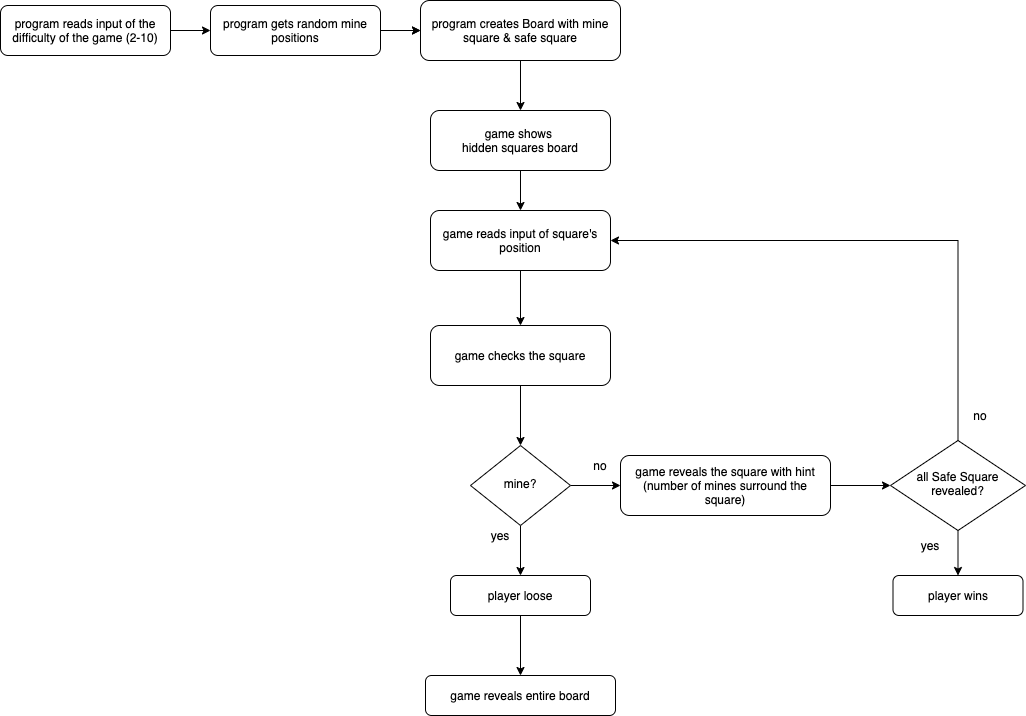
Above: docs/flow-chart.png in TiffanyHoang/minesweeper (draw.io), before the change. Source tidied: cells renumbered, new cells last; positions are measured from the earlier drawing's top-left corner, leaving out a move shared by most shapes. Source of this version:
```xml
<mxGraphModel>
  <root>
    <mxCell id="0" />
    <mxCell id="1" parent="0" />
    <mxCell id="2" style="edgeStyle=orthogonalEdgeStyle;rounded=0;jettySize=auto;html=1;" parent="1" edge="1" source="3" target="6">
      <mxGeometry relative="1" as="geometry" />
    </mxCell>
    <mxCell id="3" value="program gets random mine positions" style="rounded=1;whiteSpace=wrap;html=1;fontSize=12;glass=0;strokeWidth=1;shadow=0;" parent="1" vertex="1">
      <mxGeometry x="210" y="5" width="170" height="50" as="geometry" />
    </mxCell>
    <mxCell id="4" style="edgeStyle=orthogonalEdgeStyle;rounded=0;jettySize=auto;html=1;" parent="1" edge="1" target="6">
      <mxGeometry relative="1" as="geometry">
        <mxPoint x="380" y="30" as="sourcePoint" />
      </mxGeometry>
    </mxCell>
    <mxCell id="5" style="edgeStyle=orthogonalEdgeStyle;rounded=0;jettySize=auto;html=1;" parent="1" edge="1" source="6" target="8">
      <mxGeometry relative="1" as="geometry" />
    </mxCell>
    <mxCell id="6" value="program creates Board with mine square &amp;amp; safe square" style="rounded=1;whiteSpace=wrap;html=1;fontSize=12;glass=0;strokeWidth=1;shadow=0;" parent="1" vertex="1">
      <mxGeometry x="420" width="200" height="60" as="geometry" />
    </mxCell>
    <mxCell id="7" style="edgeStyle=orthogonalEdgeStyle;rounded=0;jettySize=auto;html=1;" parent="1" edge="1" source="8" target="10">
      <mxGeometry relative="1" as="geometry" />
    </mxCell>
    <mxCell id="8" value="game shows &lt;br&gt;hidden squares board" style="rounded=1;whiteSpace=wrap;html=1;fontSize=12;glass=0;strokeWidth=1;shadow=0;" parent="1" vertex="1">
      <mxGeometry x="430" y="110" width="180" height="60" as="geometry" />
    </mxCell>
    <mxCell id="9" style="edgeStyle=orthogonalEdgeStyle;rounded=0;jettySize=auto;html=1;entryX=0.5;entryY=0;entryDx=0;entryDy=0;" parent="1" edge="1" source="10" target="14">
      <mxGeometry relative="1" as="geometry" />
    </mxCell>
    <mxCell id="10" value="game reads input of square's position" style="rounded=1;whiteSpace=wrap;html=1;fontSize=12;glass=0;strokeWidth=1;shadow=0;" parent="1" vertex="1">
      <mxGeometry x="430" y="210" width="180" height="60" as="geometry" />
    </mxCell>
    <mxCell id="11" style="edgeStyle=orthogonalEdgeStyle;rounded=0;jettySize=auto;html=1;" parent="1" edge="1" source="12" target="23">
      <mxGeometry relative="1" as="geometry" />
    </mxCell>
    <mxCell id="12" value="player loose" style="rounded=1;whiteSpace=wrap;html=1;fontSize=12;glass=0;strokeWidth=1;shadow=0;" parent="1" vertex="1">
      <mxGeometry x="450" y="575" width="140" height="40" as="geometry" />
    </mxCell>
    <mxCell id="13" style="edgeStyle=orthogonalEdgeStyle;rounded=0;jettySize=auto;html=1;" parent="1" edge="1" source="14" target="17">
      <mxGeometry relative="1" as="geometry" />
    </mxCell>
    <mxCell id="14" value="game checks the square" style="rounded=1;whiteSpace=wrap;html=1;fontSize=12;glass=0;strokeWidth=1;shadow=0;" parent="1" vertex="1">
      <mxGeometry x="430" y="325" width="180" height="60" as="geometry" />
    </mxCell>
    <mxCell id="15" style="edgeStyle=orthogonalEdgeStyle;rounded=0;jettySize=auto;html=1;" parent="1" edge="1" source="17" target="12">
      <mxGeometry relative="1" as="geometry" />
    </mxCell>
    <mxCell id="16" style="edgeStyle=orthogonalEdgeStyle;rounded=0;jettySize=auto;html=1;" parent="1" edge="1" source="17" target="26">
      <mxGeometry relative="1" as="geometry" />
    </mxCell>
    <mxCell id="17" value="mine?" style="rhombus;whiteSpace=wrap;html=1;shadow=0;fontFamily=Helvetica;fontSize=12;align=center;strokeWidth=1;spacing=6;spacingTop=-4;" parent="1" vertex="1">
      <mxGeometry x="470" y="445" width="100" height="80" as="geometry" />
    </mxCell>
    <mxCell id="18" value="yes" style="text;html=1;strokeColor=none;fillColor=none;align=center;verticalAlign=middle;whiteSpace=wrap;rounded=0;" parent="1" vertex="1">
      <mxGeometry x="480" y="525" width="40" height="20" as="geometry" />
    </mxCell>
    <mxCell id="19" style="edgeStyle=orthogonalEdgeStyle;rounded=0;jettySize=auto;html=1;" parent="1" edge="1" source="20" target="22">
      <mxGeometry relative="1" as="geometry" />
    </mxCell>
    <mxCell id="20" value="all Safe Square revealed?" style="rhombus;whiteSpace=wrap;html=1;shadow=0;fontFamily=Helvetica;fontSize=12;align=center;strokeWidth=1;spacing=6;spacingTop=-4;" parent="1" vertex="1">
      <mxGeometry x="890" y="440" width="135" height="90" as="geometry" />
    </mxCell>
    <mxCell id="21" value="no" style="text;html=1;strokeColor=none;fillColor=none;align=center;verticalAlign=middle;whiteSpace=wrap;rounded=0;" parent="1" vertex="1">
      <mxGeometry x="580" y="455" width="40" height="20" as="geometry" />
    </mxCell>
    <mxCell id="22" value="player wins" style="rounded=1;whiteSpace=wrap;html=1;fontSize=12;glass=0;strokeWidth=1;shadow=0;" parent="1" vertex="1">
      <mxGeometry x="892.5" y="575" width="130" height="40" as="geometry" />
    </mxCell>
    <mxCell id="23" value="game reveals entire board" style="rounded=1;whiteSpace=wrap;html=1;fontSize=12;glass=0;strokeWidth=1;shadow=0;" parent="1" vertex="1">
      <mxGeometry x="425" y="675" width="190" height="40" as="geometry" />
    </mxCell>
    <mxCell id="24" style="edgeStyle=orthogonalEdgeStyle;rounded=0;jettySize=auto;html=1;entryX=1;entryY=0.5;entryDx=0;entryDy=0;exitX=0.5;exitY=0;exitDx=0;exitDy=0;" parent="1" edge="1" source="20" target="10">
      <mxGeometry relative="1" as="geometry">
        <Array as="points">
          <mxPoint x="958" y="240" />
        </Array>
      </mxGeometry>
    </mxCell>
    <mxCell id="25" style="edgeStyle=orthogonalEdgeStyle;rounded=0;jettySize=auto;html=1;" parent="1" edge="1" source="26" target="20">
      <mxGeometry relative="1" as="geometry" />
    </mxCell>
    <mxCell id="26" value="game reveals the square with hint (number of mines surround the square)" style="rounded=1;whiteSpace=wrap;html=1;fontSize=12;glass=0;strokeWidth=1;shadow=0;" parent="1" vertex="1">
      <mxGeometry x="620" y="455" width="210" height="60" as="geometry" />
    </mxCell>
    <mxCell id="27" value="no" style="text;html=1;strokeColor=none;fillColor=none;align=center;verticalAlign=middle;whiteSpace=wrap;rounded=0;" parent="1" vertex="1">
      <mxGeometry x="960" y="405" width="40" height="20" as="geometry" />
    </mxCell>
    <mxCell id="28" value="yes" style="text;html=1;strokeColor=none;fillColor=none;align=center;verticalAlign=middle;whiteSpace=wrap;rounded=0;" parent="1" vertex="1">
      <mxGeometry x="910" y="535" width="40" height="20" as="geometry" />
    </mxCell>
    <mxCell id="29" style="edgeStyle=orthogonalEdgeStyle;rounded=0;jettySize=auto;html=1;" parent="1" edge="1" source="30" target="3">
      <mxGeometry relative="1" as="geometry" />
    </mxCell>
    <mxCell id="30" value="program reads input of the difficulty of the game (2-10)" style="rounded=1;whiteSpace=wrap;html=1;fontSize=12;glass=0;strokeWidth=1;shadow=0;" parent="1" vertex="1">
      <mxGeometry y="5" width="170" height="50" as="geometry" />
    </mxCell>
  </root>
</mxGraphModel>
```
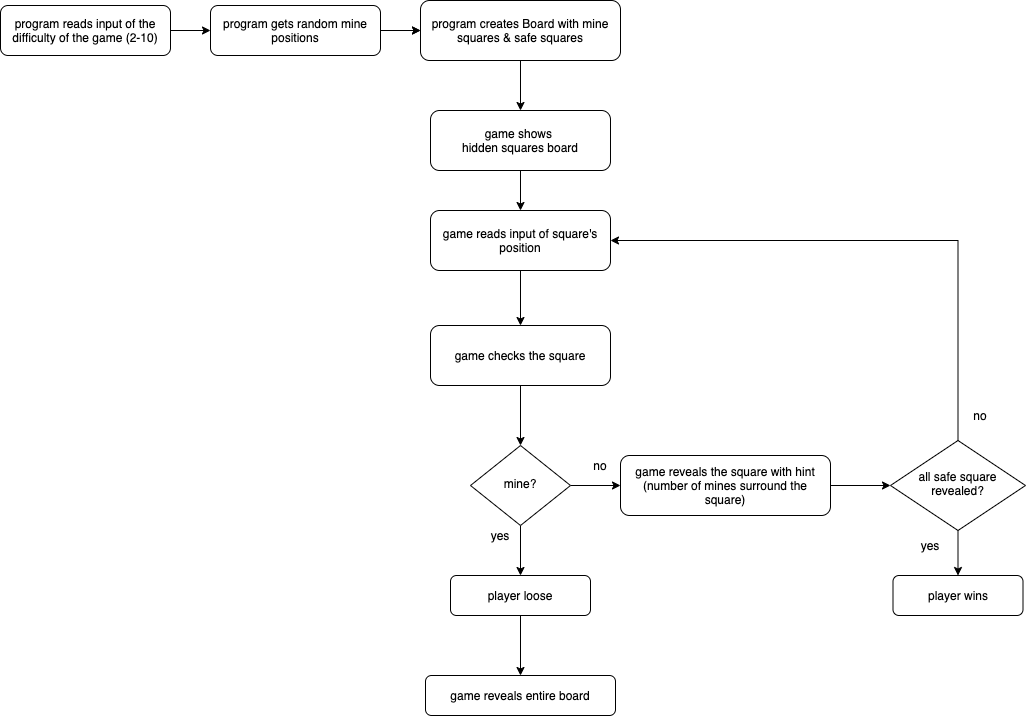
Later version of the same file.

Commit message:
edit text in flowchart

What changed in the source:
```diff
@@ -16,7 +16,7 @@
     <mxCell id="5" style="edgeStyle=orthogonalEdgeStyle;rounded=0;jettySize=auto;html=1;" parent="1" edge="1" source="6" target="8">
       <mxGeometry relative="1" as="geometry" />
     </mxCell>
-    <mxCell id="6" value="program creates Board with mine square &amp;amp; safe square" style="rounded=1;whiteSpace=wrap;html=1;fontSize=12;glass=0;strokeWidth=1;shadow=0;" parent="1" vertex="1">
+    <mxCell id="6" value="program creates Board with mine squares &amp;amp; safe squares" style="rounded=1;whiteSpace=wrap;html=1;fontSize=12;glass=0;strokeWidth=1;shadow=0;" parent="1" vertex="1">
       <mxGeometry x="420" width="200" height="60" as="geometry" />
     </mxCell>
     <mxCell id="7" style="edgeStyle=orthogonalEdgeStyle;rounded=0;jettySize=auto;html=1;" parent="1" edge="1" source="8" target="10">
@@ -58,7 +58,7 @@
     <mxCell id="19" style="edgeStyle=orthogonalEdgeStyle;rounded=0;jettySize=auto;html=1;" parent="1" edge="1" source="20" target="22">
       <mxGeometry relative="1" as="geometry" />
     </mxCell>
-    <mxCell id="20" value="all Safe Square revealed?" style="rhombus;whiteSpace=wrap;html=1;shadow=0;fontFamily=Helvetica;fontSize=12;align=center;strokeWidth=1;spacing=6;spacingTop=-4;" parent="1" vertex="1">
+    <mxCell id="20" value="all safe square revealed?" style="rhombus;whiteSpace=wrap;html=1;shadow=0;fontFamily=Helvetica;fontSize=12;align=center;strokeWidth=1;spacing=6;spacingTop=-4;" parent="1" vertex="1">
       <mxGeometry x="890" y="440" width="135" height="90" as="geometry" />
     </mxCell>
     <mxCell id="21" value="no" style="text;html=1;strokeColor=none;fillColor=none;align=center;verticalAlign=middle;whiteSpace=wrap;rounded=0;" parent="1" vertex="1">
```
